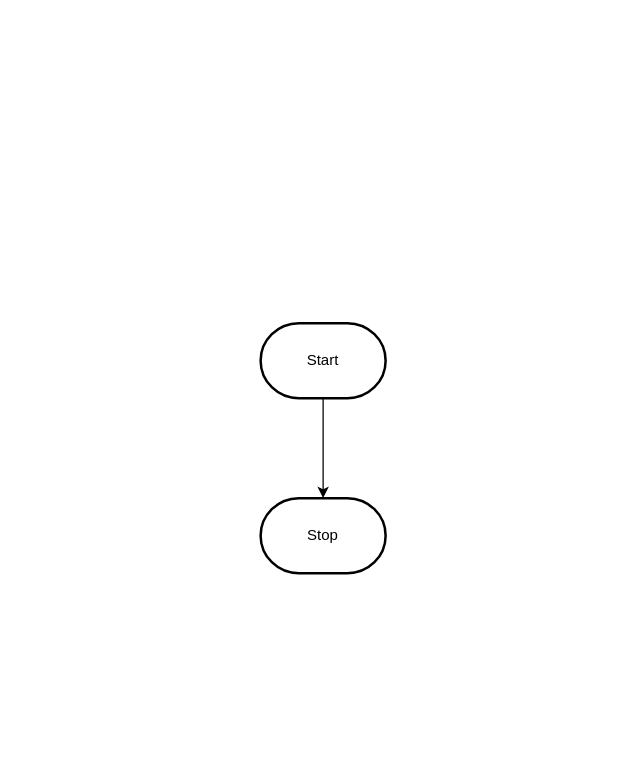
Above: design/flowchart.drawio in MTHS-ICD2O-1-2023/ICD2O-Unit-5-02-tymofii-stepanov (draw.io), before the change. Source tidied: cells renumbered, new cells numbered last; positions are measured from the earlier drawing's top-left corner, leaving out a move shared by most shapes. Both pictures are drawn from the tidied source at 125%, with x=0, y=0 at pixel (260, 322).
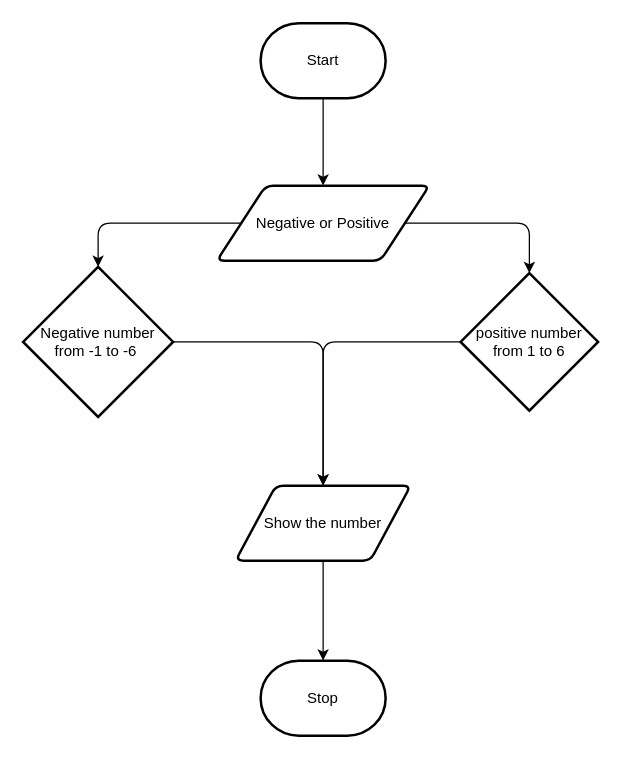
The same page after the edit.

The edit, as a diff of the source:
```diff
@@
 <mxGraphModel>
   <root>
     <mxCell id="0" />
     <mxCell id="1" parent="0" />
-    <mxCell id="2" style="edgeStyle=orthogonalEdgeStyle;html=1;rounded=0;" parent="1" edge="1" source="3" target="4">
-      <mxGeometry relative="1" as="geometry" />
-    </mxCell>
+    <mxCell id="5" style="edgeStyle=none;html=1;" parent="1" edge="1" source="3" target="2">
+      <mxGeometry relative="1" as="geometry" />
+    </mxCell>
     <mxCell id="3" value="Start" style="strokeWidth=2;html=1;shape=mxgraph.flowchart.terminator;whiteSpace=wrap;" parent="1" vertex="1">
-      <mxGeometry width="100" height="60" as="geometry" />
+      <mxGeometry y="-240" width="100" height="60" as="geometry" />
     </mxCell>
     <mxCell id="4" value="Stop" style="strokeWidth=2;html=1;shape=mxgraph.flowchart.terminator;whiteSpace=wrap;" parent="1" vertex="1">
-      <mxGeometry y="140" width="100" height="60" as="geometry" />
+      <mxGeometry y="270" width="100" height="60" as="geometry" />
     </mxCell>
+    <mxCell id="6" style="edgeStyle=orthogonalEdgeStyle;html=1;entryX=0.5;entryY=0;entryDx=0;entryDy=0;entryPerimeter=0;" parent="1" edge="1" source="2" target="11">
+      <mxGeometry relative="1" as="geometry" />
+    </mxCell>
+    <mxCell id="7" style="edgeStyle=orthogonalEdgeStyle;html=1;entryX=0.5;entryY=0;entryDx=0;entryDy=0;entryPerimeter=0;" parent="1" edge="1" source="2" target="9">
+      <mxGeometry relative="1" as="geometry" />
+    </mxCell>
+    <mxCell id="2" value="Negative or Positive" style="shape=parallelogram;html=1;strokeWidth=2;perimeter=parallelogramPerimeter;whiteSpace=wrap;rounded=1;arcSize=12;size=0.23;" parent="1" vertex="1">
+      <mxGeometry x="-35" y="-110" width="170" height="60" as="geometry" />
+    </mxCell>
+    <mxCell id="8" style="edgeStyle=orthogonalEdgeStyle;html=1;entryX=0.5;entryY=0;entryDx=0;entryDy=0;" parent="1" edge="1" source="9" target="13">
+      <mxGeometry relative="1" as="geometry" />
+    </mxCell>
+    <mxCell id="9" value="positive number&lt;br&gt;from 1 to 6" style="strokeWidth=2;html=1;shape=mxgraph.flowchart.decision;whiteSpace=wrap;" parent="1" vertex="1">
+      <mxGeometry x="160" y="-40" width="110" height="110" as="geometry" />
+    </mxCell>
+    <mxCell id="10" style="edgeStyle=orthogonalEdgeStyle;html=1;entryX=0.5;entryY=0;entryDx=0;entryDy=0;" parent="1" edge="1" source="11" target="13">
+      <mxGeometry relative="1" as="geometry" />
+    </mxCell>
+    <mxCell id="11" value="Negative number&lt;br&gt;from -1 to -6&amp;nbsp;" style="strokeWidth=2;html=1;shape=mxgraph.flowchart.decision;whiteSpace=wrap;" parent="1" vertex="1">
+      <mxGeometry x="-190" y="-45" width="120" height="120" as="geometry" />
+    </mxCell>
+    <mxCell id="12" style="edgeStyle=orthogonalEdgeStyle;html=1;entryX=0.5;entryY=0;entryDx=0;entryDy=0;entryPerimeter=0;" parent="1" edge="1" source="13" target="4">
+      <mxGeometry relative="1" as="geometry" />
+    </mxCell>
+    <mxCell id="13" value="Show the number" style="shape=parallelogram;html=1;strokeWidth=2;perimeter=parallelogramPerimeter;whiteSpace=wrap;rounded=1;arcSize=12;size=0.23;" parent="1" vertex="1">
+      <mxGeometry x="-20" y="130" width="140" height="60" as="geometry" />
+    </mxCell>
   </root>
 </mxGraphModel>
```
